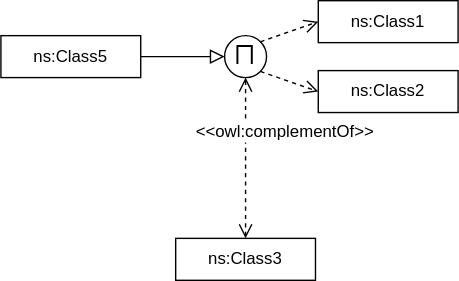
This is images/intersection_complement.svg from oeg-upm/chowlk_spec, a draw.io export, as it was before one commit. Source tidied: cells renumbered, new cells last; positions are measured from the earlier drawing's top-left corner, leaving out a move shared by most shapes.
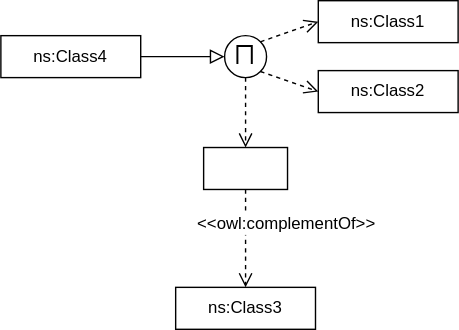
The same file after the commit.

The edit, as a diff of the source:
```diff
@@ -2,6 +2,12 @@
   <root>
     <mxCell id="0" />
     <mxCell id="1" parent="0" />
+    <mxCell id="12" style="endArrow=block;html=1;fontColor=#000099;endFill=0;entryX=0;entryY=0.5;entryDx=0;entryDy=0;endSize=8;arcSize=0;rounded=0;exitX=1;exitY=0.5;exitDx=0;exitDy=0;" parent="1" edge="1" source="13" target="2">
+      <mxGeometry relative="1" as="geometry" />
+    </mxCell>
+    <mxCell id="13" value="ns:Class4" style="rounded=0;whiteSpace=wrap;html=1;snapToPoint=1;points=[[0.1,0],[0.2,0],[0.3,0],[0.4,0],[0.5,0],[0.6,0],[0.7,0],[0.8,0],[0.9,0],[0,0.1],[0,0.3],[0,0.5],[0,0.7],[0,0.9],[0.1,1],[0.2,1],[0.3,1],[0.4,1],[0.5,1],[0.6,1],[0.7,1],[0.8,1],[0.9,1],[1,0.1],[1,0.3],[1,0.5],[1,0.7],[1,0.9]];" parent="1" vertex="1">
+      <mxGeometry y="25" width="100" height="30" as="geometry" />
+    </mxCell>
     <mxCell id="2" value="&lt;font style=&quot;font-size: 17px;&quot;&gt;⨅&lt;/font&gt;" style="ellipse;whiteSpace=wrap;html=1;fontSize=17;" parent="1" vertex="1">
       <mxGeometry x="160" y="25" width="30" height="30" as="geometry" />
     </mxCell>
@@ -17,22 +23,22 @@
     <mxCell id="6" style="endArrow=open;html=1;fontColor=#000099;exitX=1;exitY=1;exitDx=0;exitDy=0;endFill=0;dashed=1;entryX=0;entryY=0.5;entryDx=0;entryDy=0;endSize=8;arcSize=0;rounded=0;" parent="1" edge="1" source="2" target="4">
       <mxGeometry relative="1" as="geometry" />
     </mxCell>
-    <mxCell id="7" style="endArrow=block;html=1;fontColor=#000099;exitX=1;exitY=0.5;exitDx=0;exitDy=0;endFill=0;entryX=0;entryY=0.5;entryDx=0;entryDy=0;endSize=8;arcSize=0;rounded=0;" parent="1" edge="1" source="8" target="2">
-      <mxGeometry relative="1" as="geometry" />
-    </mxCell>
-    <mxCell id="8" value="ns:Class5" style="rounded=0;whiteSpace=wrap;html=1;snapToPoint=1;points=[[0.1,0],[0.2,0],[0.3,0],[0.4,0],[0.5,0],[0.6,0],[0.7,0],[0.8,0],[0.9,0],[0,0.1],[0,0.3],[0,0.5],[0,0.7],[0,0.9],[0.1,1],[0.2,1],[0.3,1],[0.4,1],[0.5,1],[0.6,1],[0.7,1],[0.8,1],[0.9,1],[1,0.1],[1,0.3],[1,0.5],[1,0.7],[1,0.9]];" parent="1" vertex="1">
-      <mxGeometry y="25" width="100" height="30" as="geometry" />
-    </mxCell>
-    <mxCell id="9" style="endArrow=open;html=1;fontColor=#000099;exitX=0.5;exitY=1;exitDx=0;exitDy=0;endFill=0;dashed=1;entryX=0.5;entryY=0;entryDx=0;entryDy=0;endSize=8;arcSize=0;startArrow=open;startFill=0;startSize=8;rounded=0;" parent="1" edge="1" source="2" target="11">
-      <mxGeometry relative="1" as="geometry" />
-    </mxCell>
+    <mxCell id="14" style="rounded=0;whiteSpace=wrap;html=1;snapToPoint=1;points=[[0.1,0],[0.2,0],[0.3,0],[0.4,0],[0.5,0],[0.6,0],[0.7,0],[0.8,0],[0.9,0],[0,0.1],[0,0.3],[0,0.5],[0,0.7],[0,0.9],[0.1,1],[0.2,1],[0.3,1],[0.4,1],[0.5,1],[0.6,1],[0.7,1],[0.8,1],[0.9,1],[1,0.1],[1,0.3],[1,0.5],[1,0.7],[1,0.9]];" parent="1" vertex="1">
+      <mxGeometry x="145" y="105" width="60" height="30" as="geometry" />
+    </mxCell>
+    <mxCell id="15" style="endArrow=open;html=1;fontColor=#000099;exitX=0.5;exitY=1;exitDx=0;exitDy=0;endFill=0;dashed=1;entryX=0.5;entryY=0;entryDx=0;entryDy=0;endSize=8;arcSize=0;rounded=0;" parent="1" edge="1" source="2" target="14">
+      <mxGeometry relative="1" as="geometry" />
+    </mxCell>
+    <mxCell id="16" style="endArrow=open;html=1;fontColor=#000099;exitX=0.5;exitY=1;exitDx=0;exitDy=0;endFill=0;dashed=1;entryX=0.5;entryY=0;entryDx=0;entryDy=0;endSize=8;arcSize=0;startArrow=none;startFill=0;startSize=8;rounded=0;" parent="1" edge="1" source="14" target="11">
+      <mxGeometry relative="1" as="geometry" />
+    </mxCell>
-    <mxCell id="10" value="&amp;lt;&amp;lt;owl:complementOf&amp;gt;&amp;gt;" style="text;html=1;align=center;verticalAlign=middle;fontColor=#000000;labelBackgroundColor=#ffffff;" parent="9" vertex="1">
+    <mxCell id="10" value="&amp;lt;&amp;lt;owl:complementOf&amp;gt;&amp;gt;" style="text;html=1;align=center;verticalAlign=middle;fontColor=#000000;labelBackgroundColor=#ffffff;" parent="16" vertex="1">
       <mxGeometry x="-0.33" relative="1" as="geometry">
         <mxPoint x="28" as="offset" />
       </mxGeometry>
     </mxCell>
     <mxCell id="11" value="ns:Class3" style="rounded=0;whiteSpace=wrap;html=1;snapToPoint=1;points=[[0.1,0],[0.2,0],[0.3,0],[0.4,0],[0.5,0],[0.6,0],[0.7,0],[0.8,0],[0.9,0],[0,0.1],[0,0.3],[0,0.5],[0,0.7],[0,0.9],[0.1,1],[0.2,1],[0.3,1],[0.4,1],[0.5,1],[0.6,1],[0.7,1],[0.8,1],[0.9,1],[1,0.1],[1,0.3],[1,0.5],[1,0.7],[1,0.9]];" parent="1" vertex="1">
-      <mxGeometry x="125" y="170" width="100" height="30" as="geometry" />
+      <mxGeometry x="125" y="205" width="100" height="30" as="geometry" />
     </mxCell>
   </root>
 </mxGraphModel>
```
